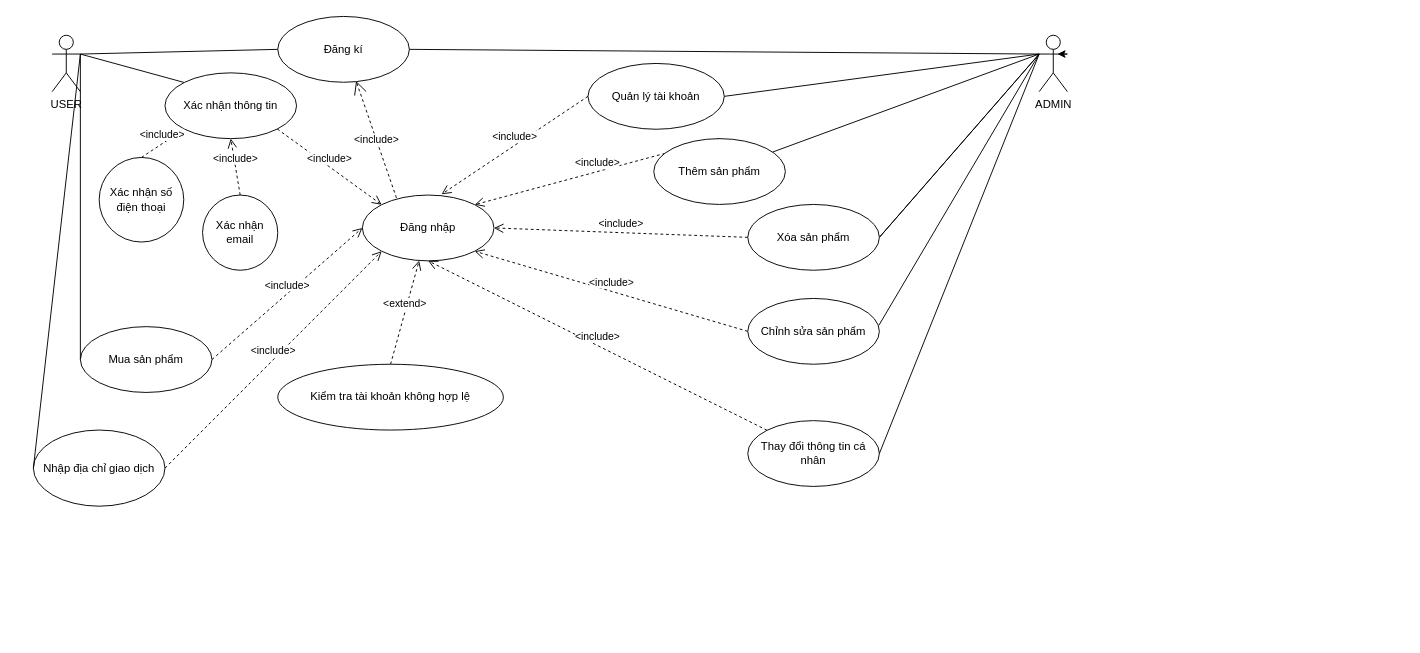
LeeTaDa/LeTatDat keeps this draw.io diagram as USECASE.drawio. Above is the earlier version. Source tidied: cells renumbered, new cells numbered last; positions are measured from the earlier drawing's top-left corner, leaving out a move shared by most shapes. Both pictures are drawn from the tidied source at 94%, with x=0, y=0 at pixel (33, 16).
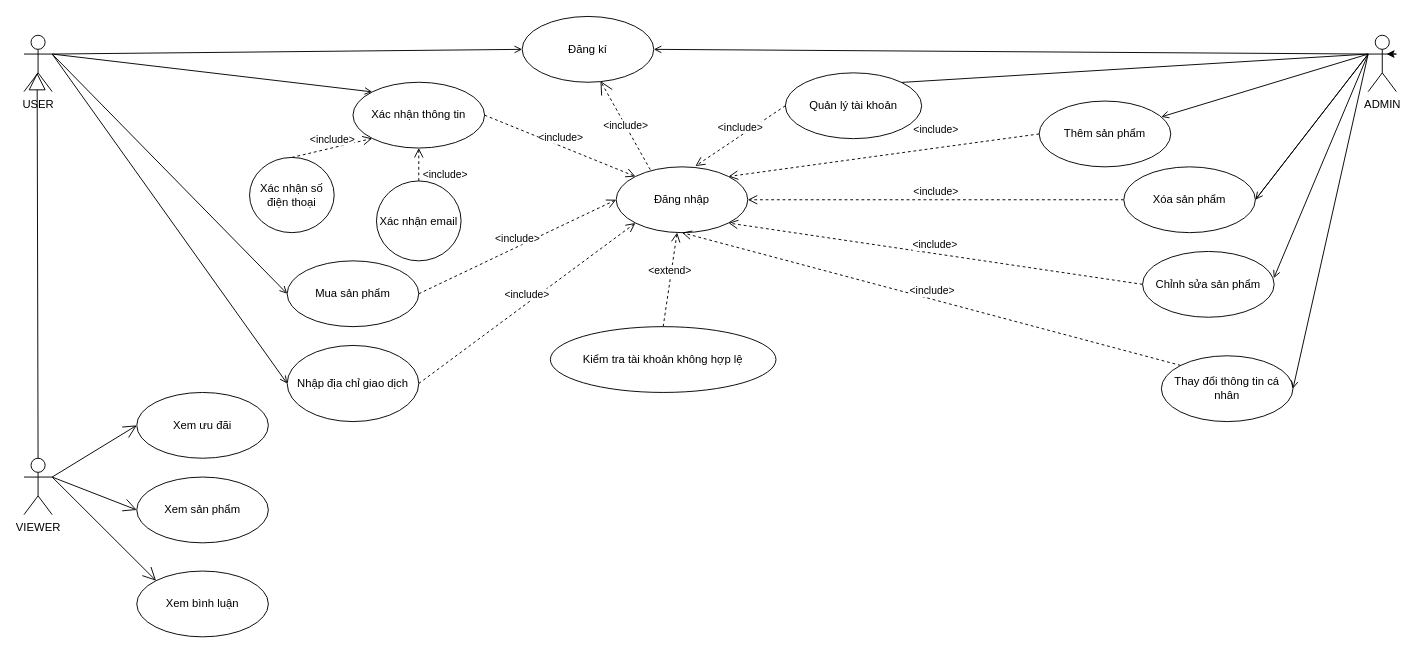
The same diagram, later.

The edit, as a diff of the source:
```diff
@@
     <mxCell id="2" value="USER&lt;div&gt;&lt;br&gt;&lt;/div&gt;" style="shape=umlActor;verticalLabelPosition=bottom;verticalAlign=top;html=1;" parent="1" vertex="1">
-      <mxGeometry x="20" y="20" width="30" height="60" as="geometry" />
+      <mxGeometry x="-10" y="20" width="30" height="60" as="geometry" />
     </mxCell>
     <mxCell id="3" value="Đăng kí" style="ellipse;whiteSpace=wrap;html=1;" parent="1" vertex="1">
-      <mxGeometry x="260" width="140" height="70" as="geometry" />
+      <mxGeometry x="520" width="140" height="70" as="geometry" />
     </mxCell>
     <mxCell id="4" value="Thay đổi thông tin cá nhân" style="ellipse;whiteSpace=wrap;html=1;" parent="1" vertex="1">
-      <mxGeometry x="760" y="430" width="140" height="70" as="geometry" />
+      <mxGeometry x="1200" y="361" width="140" height="70" as="geometry" />
     </mxCell>
     <mxCell id="5" value="Mua sản phẩm" style="ellipse;whiteSpace=wrap;html=1;" parent="1" vertex="1">
-      <mxGeometry x="50" y="330" width="140" height="70" as="geometry" />
+      <mxGeometry x="270" y="260" width="140" height="70" as="geometry" />
     </mxCell>
     <mxCell id="6" value="ADMIN&lt;div&gt;&lt;br&gt;&lt;/div&gt;" style="shape=umlActor;verticalLabelPosition=bottom;verticalAlign=top;html=1;" parent="1" vertex="1">
-      <mxGeometry x="1070" y="20" width="30" height="60" as="geometry" />
+      <mxGeometry x="1420" y="20" width="30" height="60" as="geometry" />
     </mxCell>
-    <mxCell id="7" style="endArrow=none;html=1;rounded=0;entryX=0;entryY=0.5;entryDx=0;entryDy=0;exitX=1;exitY=0.3333333333333333;exitDx=0;exitDy=0;exitPerimeter=0;" parent="1" edge="1" source="2" target="3">
+    <mxCell id="7" style="endArrow=open;html=1;rounded=0;entryX=0;entryY=0.5;entryDx=0;entryDy=0;exitX=1;exitY=0.3333333333333333;exitDx=0;exitDy=0;exitPerimeter=0;endFill=0;" parent="1" edge="1" source="2" target="3">
       <mxGeometry relative="1" as="geometry" />
     </mxCell>
-    <mxCell id="8" style="endArrow=none;html=1;rounded=0;entryX=0;entryY=0.5;entryDx=0;entryDy=0;exitX=1;exitY=0.3333333333333333;exitDx=0;exitDy=0;exitPerimeter=0;" parent="1" edge="1" source="2" target="5">
+    <mxCell id="8" style="endArrow=open;html=1;rounded=0;entryX=0;entryY=0.5;entryDx=0;entryDy=0;exitX=1;exitY=0.3333333333333333;exitDx=0;exitDy=0;exitPerimeter=0;startArrow=none;startFill=0;endFill=0;" parent="1" edge="1" source="2" target="5">
       <mxGeometry relative="1" as="geometry" />
     </mxCell>
-    <mxCell id="9" style="endArrow=none;html=1;rounded=0;exitX=1;exitY=0.5;exitDx=0;exitDy=0;entryX=0;entryY=0.3333333333333333;entryDx=0;entryDy=0;entryPerimeter=0;" parent="1" edge="1" source="3" target="6">
+    <mxCell id="9" style="endArrow=none;html=1;rounded=0;exitX=1;exitY=0.5;exitDx=0;exitDy=0;entryX=0;entryY=0.3333333333333333;entryDx=0;entryDy=0;entryPerimeter=0;endFill=0;startArrow=open;startFill=0;" parent="1" edge="1" source="3" target="6">
       <mxGeometry relative="1" as="geometry" />
     </mxCell>
-    <mxCell id="10" style="endArrow=none;html=1;rounded=0;exitX=1;exitY=0.5;exitDx=0;exitDy=0;entryX=0;entryY=0.3333333333333333;entryDx=0;entryDy=0;entryPerimeter=0;" parent="1" edge="1" source="4" target="6">
+    <mxCell id="10" style="endArrow=none;html=1;rounded=0;exitX=1;exitY=0.5;exitDx=0;exitDy=0;entryX=0;entryY=0.3333333333333333;entryDx=0;entryDy=0;entryPerimeter=0;startArrow=open;startFill=0;" parent="1" edge="1" source="4" target="6">
       <mxGeometry relative="1" as="geometry" />
     </mxCell>
@@
     <mxCell id="12" value="Chỉnh sửa sản phẩm" style="ellipse;whiteSpace=wrap;html=1;" parent="1" vertex="1">
-      <mxGeometry x="760" y="300" width="140" height="70" as="geometry" />
+      <mxGeometry x="1180" y="250" width="140" height="70" as="geometry" />
     </mxCell>
-    <mxCell id="13" style="endArrow=none;html=1;rounded=0;entryX=0;entryY=0.3333333333333333;entryDx=0;entryDy=0;entryPerimeter=0;" parent="1" edge="1" source="30" target="6">
+    <mxCell id="13" style="endArrow=none;html=1;rounded=0;entryX=0;entryY=0.3333333333333333;entryDx=0;entryDy=0;entryPerimeter=0;startArrow=open;startFill=0;" parent="1" edge="1" source="30" target="6">
       <mxGeometry relative="1" as="geometry" />
     </mxCell>
-    <mxCell id="14" style="endArrow=none;html=1;rounded=0;exitX=1;exitY=0.5;exitDx=0;exitDy=0;entryX=0;entryY=0.3333333333333333;entryDx=0;entryDy=0;entryPerimeter=0;" parent="1" edge="1" source="31" target="6">
+    <mxCell id="14" style="endArrow=none;html=1;rounded=0;exitX=1;exitY=0.5;exitDx=0;exitDy=0;entryX=0;entryY=0.3333333333333333;entryDx=0;entryDy=0;entryPerimeter=0;startArrow=open;startFill=0;" parent="1" edge="1" source="31" target="6">
       <mxGeometry relative="1" as="geometry" />
     </mxCell>
-    <mxCell id="15" style="endArrow=none;html=1;rounded=0;exitX=0.997;exitY=0.406;exitDx=0;exitDy=0;exitPerimeter=0;entryX=0;entryY=0.3333333333333333;entryDx=0;entryDy=0;entryPerimeter=0;" parent="1" edge="1" source="12" target="6">
+    <mxCell id="15" style="endArrow=none;html=1;rounded=0;exitX=0.997;exitY=0.406;exitDx=0;exitDy=0;exitPerimeter=0;entryX=0;entryY=0.3333333333333333;entryDx=0;entryDy=0;entryPerimeter=0;startArrow=open;startFill=0;" parent="1" edge="1" source="12" target="6">
       <mxGeometry relative="1" as="geometry" />
     </mxCell>
     <mxCell id="16" value="Quản lý tài khoản" style="ellipse;whiteSpace=wrap;html=1;" parent="1" vertex="1">
-      <mxGeometry x="590" y="50" width="145" height="70" as="geometry" />
+      <mxGeometry x="800" y="60" width="145" height="70" as="geometry" />
     </mxCell>
-    <mxCell id="17" style="endArrow=none;html=1;rounded=0;exitX=1;exitY=0.5;exitDx=0;exitDy=0;entryX=0;entryY=0.3333333333333333;entryDx=0;entryDy=0;entryPerimeter=0;" parent="1" edge="1" source="16" target="6">
+    <mxCell id="17" style="endArrow=none;html=1;rounded=0;exitX=1;exitY=0;exitDx=0;exitDy=0;entryX=0;entryY=0.3333333333333333;entryDx=0;entryDy=0;entryPerimeter=0;" parent="1" edge="1" source="16" target="6">
       <mxGeometry relative="1" as="geometry" />
     </mxCell>
@@
     <mxCell id="19" value="Kiểm tra tài khoản không hợp lệ" style="ellipse;whiteSpace=wrap;html=1;" parent="1" vertex="1">
-      <mxGeometry x="260" y="370" width="240" height="70" as="geometry" />
+      <mxGeometry x="550" y="330" width="240" height="70" as="geometry" />
     </mxCell>
     <mxCell id="20" value="Đăng nhập" style="ellipse;whiteSpace=wrap;html=1;" parent="1" vertex="1">
-      <mxGeometry x="350" y="190" width="140" height="70" as="geometry" />
+      <mxGeometry x="620" y="160" width="140" height="70" as="geometry" />
     </mxCell>
-    <mxCell id="21" style="endArrow=none;html=1;rounded=0;exitX=1;exitY=0.3333333333333333;exitDx=0;exitDy=0;exitPerimeter=0;entryX=0;entryY=0;entryDx=0;entryDy=0;" parent="1" edge="1" source="2" target="32">
+    <mxCell id="21" style="endArrow=open;html=1;rounded=0;exitX=1;exitY=0.3333333333333333;exitDx=0;exitDy=0;exitPerimeter=0;entryX=0;entryY=0;entryDx=0;entryDy=0;startArrow=none;startFill=0;endFill=0;" parent="1" edge="1" source="2" target="32">
       <mxGeometry relative="1" as="geometry" />
     </mxCell>
@@
-    <mxCell id="26" value="&amp;lt;include&amp;gt;" style="html=1;verticalAlign=bottom;endArrow=open;dashed=1;endSize=8;curved=0;rounded=0;entryX=1;entryY=0;entryDx=0;entryDy=0;exitX=0.5;exitY=0;exitDx=0;exitDy=0;" parent="1" edge="1" source="30" target="20">
-      <mxGeometry relative="1" as="geometry" />
+    <mxCell id="26" value="&amp;lt;include&amp;gt;" style="html=1;verticalAlign=bottom;endArrow=open;dashed=1;endSize=8;curved=0;rounded=0;entryX=1;entryY=0;entryDx=0;entryDy=0;exitX=0;exitY=0.5;exitDx=0;exitDy=0;" parent="1" edge="1" source="30" target="20">
+      <mxGeometry x="-0.34" y="-10" relative="1" as="geometry">
+        <Array as="points">
+          <mxPoint x="960" y="140" />
+        </Array>
+      </mxGeometry>
     </mxCell>
@@
     <mxCell id="30" value="Thêm sản phẩm" style="ellipse;whiteSpace=wrap;html=1;" parent="1" vertex="1">
-      <mxGeometry x="660" y="130" width="140" height="70" as="geometry" />
+      <mxGeometry x="1070" y="90" width="140" height="70" as="geometry" />
     </mxCell>
     <mxCell id="31" value="Xóa sản phẩm" style="ellipse;whiteSpace=wrap;html=1;" parent="1" vertex="1">
-      <mxGeometry x="760" y="200" width="140" height="70" as="geometry" />
+      <mxGeometry x="1160" y="160" width="140" height="70" as="geometry" />
     </mxCell>
     <mxCell id="32" value="Xác nhận thông tin" style="ellipse;whiteSpace=wrap;html=1;" parent="1" vertex="1">
-      <mxGeometry x="140" y="60" width="140" height="70" as="geometry" />
+      <mxGeometry x="340" y="70" width="140" height="70" as="geometry" />
     </mxCell>
-    <mxCell id="33" value="&amp;lt;include&amp;gt;" style="html=1;verticalAlign=bottom;endArrow=open;dashed=1;endSize=8;curved=0;rounded=0;exitX=1;exitY=1;exitDx=0;exitDy=0;entryX=0;entryY=0;entryDx=0;entryDy=0;" parent="1" edge="1" source="32" target="20">
+    <mxCell id="33" value="&amp;lt;include&amp;gt;" style="html=1;verticalAlign=bottom;endArrow=open;dashed=1;endSize=8;curved=0;rounded=0;exitX=1;exitY=0.5;exitDx=0;exitDy=0;entryX=0;entryY=0;entryDx=0;entryDy=0;" parent="1" edge="1" source="32" target="20">
       <mxGeometry relative="1" as="geometry" />
     </mxCell>
     <mxCell id="34" value="Nhập địa chỉ giao dịch" style="ellipse;whiteSpace=wrap;html=1;" parent="1" vertex="1">
-      <mxGeometry y="440" width="140" height="81" as="geometry" />
+      <mxGeometry x="270" y="350" width="140" height="81" as="geometry" />
     </mxCell>
-    <mxCell id="35" style="endArrow=none;html=1;rounded=0;entryX=1;entryY=0.3333333333333333;entryDx=0;entryDy=0;entryPerimeter=0;exitX=0;exitY=0.5;exitDx=0;exitDy=0;" parent="1" edge="1" source="34" target="2">
+    <mxCell id="35" style="endArrow=none;html=1;rounded=0;entryX=1;entryY=0.3333333333333333;entryDx=0;entryDy=0;entryPerimeter=0;exitX=0;exitY=0.5;exitDx=0;exitDy=0;startArrow=open;startFill=0;endFill=0;" parent="1" edge="1" source="34" target="2">
       <mxGeometry relative="1" as="geometry" />
     </mxCell>
@@
     <mxCell id="37" value="Xác nhận số điện thoại" style="ellipse;whiteSpace=wrap;html=1;" parent="1" vertex="1">
-      <mxGeometry x="70" y="150" width="90" height="90" as="geometry" />
+      <mxGeometry x="230" y="150" width="90" height="80" as="geometry" />
     </mxCell>
     <mxCell id="38" value="Xác nhận email" style="ellipse;whiteSpace=wrap;html=1;" parent="1" vertex="1">
-      <mxGeometry x="180" y="190" width="80" height="80" as="geometry" />
+      <mxGeometry x="365" y="175" width="90" height="85" as="geometry" />
     </mxCell>
@@
     <mxCell id="40" value="&amp;lt;include&amp;gt;" style="html=1;verticalAlign=bottom;endArrow=open;dashed=1;endSize=8;curved=0;rounded=0;exitX=0.5;exitY=0;exitDx=0;exitDy=0;entryX=0.5;entryY=1;entryDx=0;entryDy=0;" parent="1" edge="1" source="38" target="32">
-      <mxGeometry relative="1" as="geometry" />
+      <mxGeometry x="-1" y="-27" relative="1" as="geometry">
+        <mxPoint x="1" y="2" as="offset" />
+      </mxGeometry>
     </mxCell>
+    <mxCell id="41" value="VIEWER&lt;div&gt;&lt;br&gt;&lt;/div&gt;" style="shape=umlActor;verticalLabelPosition=bottom;verticalAlign=top;html=1;outlineConnect=0;" parent="1" vertex="1">
+      <mxGeometry x="-10" y="470" width="30" height="60" as="geometry" />
+    </mxCell>
+    <mxCell id="42" style="endArrow=block;endSize=16;endFill=0;html=1;rounded=0;entryX=0.467;entryY=0.666;entryDx=0;entryDy=0;entryPerimeter=0;exitX=0.5;exitY=0;exitDx=0;exitDy=0;exitPerimeter=0;" parent="1" edge="1" source="41" target="2">
+      <mxGeometry relative="1" as="geometry" />
+    </mxCell>
+    <mxCell id="43" value="Xem sản phẩm" style="ellipse;whiteSpace=wrap;html=1;" parent="1" vertex="1">
+      <mxGeometry x="110" y="490" width="140" height="70" as="geometry" />
+    </mxCell>
+    <mxCell id="44" value="Xem bình luận" style="ellipse;whiteSpace=wrap;html=1;" parent="1" vertex="1">
+      <mxGeometry x="110" y="590" width="140" height="70" as="geometry" />
+    </mxCell>
+    <mxCell id="45" value="Xem ưu đãi" style="ellipse;whiteSpace=wrap;html=1;" parent="1" vertex="1">
+      <mxGeometry x="110" y="400" width="140" height="70" as="geometry" />
+    </mxCell>
+    <mxCell id="46" style="endArrow=open;endFill=1;endSize=12;html=1;rounded=0;entryX=0;entryY=0.5;entryDx=0;entryDy=0;exitX=1;exitY=0.3333333333333333;exitDx=0;exitDy=0;exitPerimeter=0;" parent="1" edge="1" source="41" target="43">
+      <mxGeometry relative="1" as="geometry" />
+    </mxCell>
+    <mxCell id="47" style="endArrow=open;endFill=1;endSize=12;html=1;rounded=0;exitX=1;exitY=0.3333333333333333;exitDx=0;exitDy=0;exitPerimeter=0;entryX=0;entryY=0;entryDx=0;entryDy=0;" parent="1" edge="1" source="41" target="44">
+      <mxGeometry relative="1" as="geometry" />
+    </mxCell>
+    <mxCell id="48" style="endArrow=open;endFill=1;endSize=12;html=1;rounded=0;exitX=1;exitY=0.3333333333333333;exitDx=0;exitDy=0;exitPerimeter=0;entryX=0;entryY=0.5;entryDx=0;entryDy=0;" parent="1" edge="1" source="41" target="45">
+      <mxGeometry relative="1" as="geometry" />
+    </mxCell>
```
